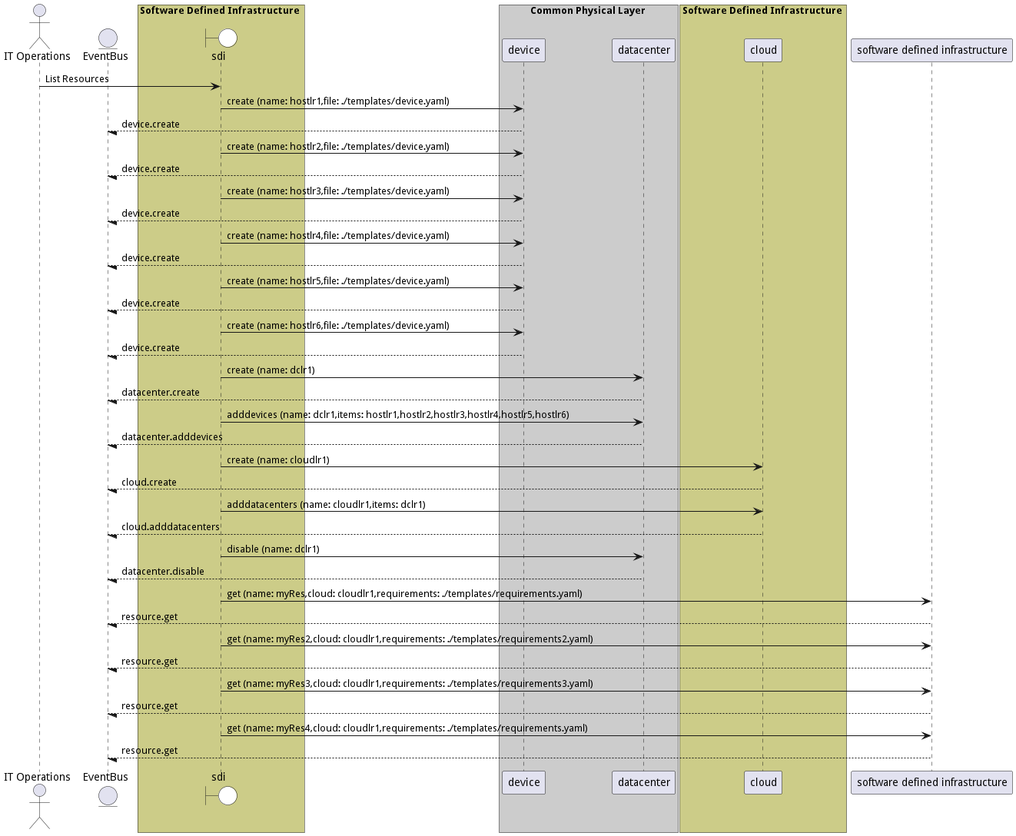
The PlantUML diagram docs/edgemere/sdi/usecases/ManageResources/ListResources.png in madajaju/edgemere, before a commit. The source it was exported from:
```plantuml
@startuml

actor "IT Operations"


entity EventBus

box Software Defined Infrastructure #cccc88
    boundary sdi #white
end box


box Common Physical Layer #cccccc
            participant device
            participant datacenter
    end box

box Software Defined Infrastructure #cccc88
            participant cloud
    end box


"IT Operations" -> sdi: List Resources

    sdi -> "device": create (name: hostlr1,file: ./templates/device.yaml)

    "device" --/ EventBus: device.create

    sdi -> "device": create (name: hostlr2,file: ./templates/device.yaml)

    "device" --/ EventBus: device.create

    sdi -> "device": create (name: hostlr3,file: ./templates/device.yaml)

    "device" --/ EventBus: device.create

    sdi -> "device": create (name: hostlr4,file: ./templates/device.yaml)

    "device" --/ EventBus: device.create

    sdi -> "device": create (name: hostlr5,file: ./templates/device.yaml)

    "device" --/ EventBus: device.create

    sdi -> "device": create (name: hostlr6,file: ./templates/device.yaml)

    "device" --/ EventBus: device.create

    sdi -> "datacenter": create (name: dclr1)

    "datacenter" --/ EventBus: datacenter.create

    sdi -> "datacenter": adddevices (name: dclr1,items: hostlr1,hostlr2,hostlr3,hostlr4,hostlr5,hostlr6)

    "datacenter" --/ EventBus: datacenter.adddevices

    sdi -> "cloud": create (name: cloudlr1)

    "cloud" --/ EventBus: cloud.create

    sdi -> "cloud": adddatacenters (name: cloudlr1,items: dclr1)

    "cloud" --/ EventBus: cloud.adddatacenters

    sdi -> "datacenter": disable (name: dclr1)

    "datacenter" --/ EventBus: datacenter.disable

    sdi -> "software defined infrastructure": get (name: myRes,cloud: cloudlr1,requirements: ./templates/requirements.yaml)

    "software defined infrastructure" --/ EventBus: resource.get

    sdi -> "software defined infrastructure": get (name: myRes2,cloud: cloudlr1,requirements: ./templates/requirements2.yaml)

    "software defined infrastructure" --/ EventBus: resource.get

    sdi -> "software defined infrastructure": get (name: myRes3,cloud: cloudlr1,requirements: ./templates/requirements3.yaml)

    "software defined infrastructure" --/ EventBus: resource.get

    sdi -> "software defined infrastructure": get (name: myRes4,cloud: cloudlr1,requirements: ./templates/requirements.yaml)

    "software defined infrastructure" --/ EventBus: resource.get



@enduml
```
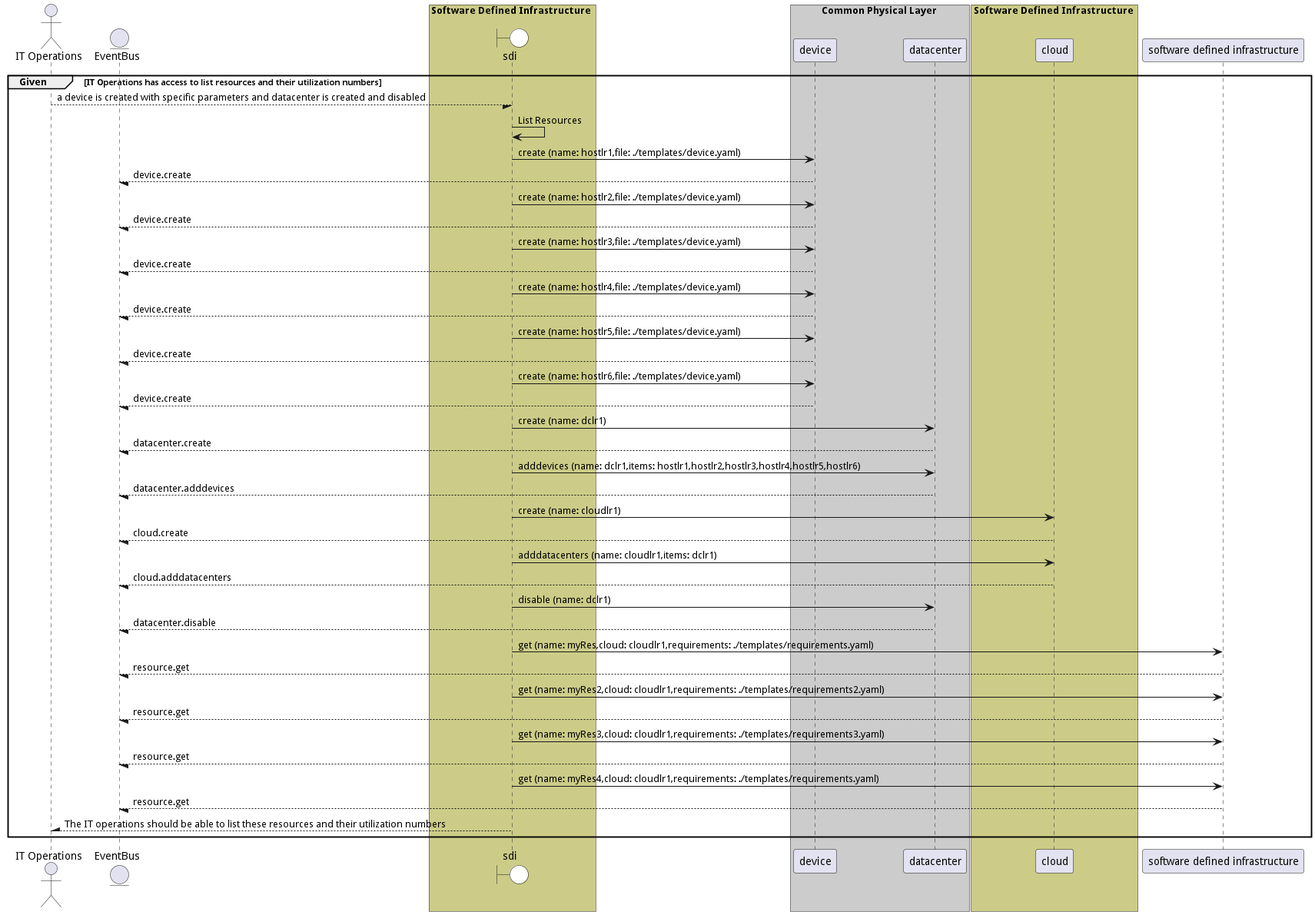
Later version of the same file.

Diff of the diagram source:
```diff
@@ -1,4 +1,5 @@
 @startuml
+
 
 actor "IT Operations"
 
@@ -19,8 +20,10 @@
             participant cloud
     end box
 
+group Given [IT Operations has access to list resources and their utilization numbers]
 
-"IT Operations" -> sdi: List Resources
+"IT Operations" --/ sdi: a device is created with specific parameters and datacenter is created and disabled
+"sdi" -> sdi: List Resources
 
     sdi -> "device": create (name: hostlr1,file: ./templates/device.yaml)
 
@@ -84,4 +87,9 @@
 
 
 
+"IT Operations" /-- sdi: The IT operations should be able to list these resources and their utilization numbers
+
+
+end
+
 @enduml
```
